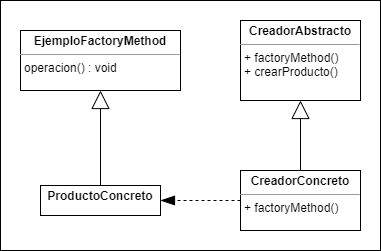
dragesteban/Patrones-FIS-Diagramas keeps this draw.io diagram as Diagramas Factory Method/Diagrama de clases Factory Method.png. Above is the earlier version. Source tidied: cells renumbered, new cells last; positions are measured from the earlier drawing's top-left corner, leaving out a move shared by most shapes. The source it was exported from:
```xml
<mxGraphModel>
  <root>
    <mxCell id="0" />
    <mxCell id="1" parent="0" />
    <mxCell id="2" style="rounded=0;whiteSpace=wrap;html=1;" parent="1" vertex="1">
      <mxGeometry width="380" height="250" as="geometry" />
    </mxCell>
    <mxCell id="3" value="&lt;p style=&quot;margin: 0px ; margin-top: 4px ; text-align: center&quot;&gt;&lt;b&gt;EjemploFactoryMethod&lt;/b&gt;&lt;/p&gt;&lt;hr size=&quot;1&quot;&gt;&lt;p style=&quot;margin: 0px ; margin-left: 4px&quot;&gt;operacion() : void&lt;/p&gt;" style="verticalAlign=top;align=left;overflow=fill;fontSize=12;fontFamily=Helvetica;html=1;" parent="1" vertex="1">
      <mxGeometry x="20" y="30" width="160" height="60" as="geometry" />
    </mxCell>
    <mxCell id="4" value="&lt;p style=&quot;margin: 0px ; margin-top: 4px ; text-align: center&quot;&gt;&lt;b&gt;CreadorAbstracto&lt;/b&gt;&lt;/p&gt;&lt;hr size=&quot;1&quot;&gt;&lt;p style=&quot;margin: 0px ; margin-left: 4px&quot;&gt;+ factoryMethod()&lt;/p&gt;&lt;p style=&quot;margin: 0px ; margin-left: 4px&quot;&gt;+ crearProducto()&lt;/p&gt;" style="verticalAlign=top;align=left;overflow=fill;fontSize=12;fontFamily=Helvetica;html=1;" parent="1" vertex="1">
      <mxGeometry x="240" y="20" width="120" height="80" as="geometry" />
    </mxCell>
    <mxCell id="5" value="&lt;p style=&quot;margin: 0px ; margin-top: 4px ; text-align: center&quot;&gt;&lt;b&gt;CreadorConcreto&lt;/b&gt;&lt;/p&gt;&lt;hr size=&quot;1&quot;&gt;&lt;p style=&quot;margin: 0px ; margin-left: 4px&quot;&gt;+&amp;nbsp;factoryMethod()&lt;/p&gt;" style="verticalAlign=top;align=left;overflow=fill;fontSize=12;fontFamily=Helvetica;html=1;" parent="1" vertex="1">
      <mxGeometry x="240" y="170" width="120" height="60" as="geometry" />
    </mxCell>
    <mxCell id="6" value="&lt;p style=&quot;margin: 0px ; margin-top: 4px ; text-align: center&quot;&gt;&lt;b&gt;ProductoConcreto&lt;/b&gt;&lt;/p&gt;&lt;p style=&quot;margin: 0px ; margin-left: 4px&quot;&gt;&lt;br&gt;&lt;/p&gt;" style="verticalAlign=top;align=left;overflow=fill;fontSize=12;fontFamily=Helvetica;html=1;" parent="1" vertex="1">
      <mxGeometry x="40" y="185" width="120" height="30" as="geometry" />
    </mxCell>
    <mxCell id="7" style="endArrow=block;endSize=16;endFill=0;html=1;entryX=0.5;entryY=1;entryDx=0;entryDy=0;exitX=0.5;exitY=0;exitDx=0;exitDy=0;" parent="1" edge="1" source="5" target="4">
      <mxGeometry relative="1" as="geometry" />
    </mxCell>
    <mxCell id="8" style="endArrow=blockThin;dashed=1;endFill=1;endSize=12;html=1;exitX=0;exitY=0.5;exitDx=0;exitDy=0;entryX=1;entryY=0.5;entryDx=0;entryDy=0;shadow=0;sketch=0;rounded=1;startArrow=none;startFill=0;" parent="1" edge="1" source="5" target="6">
      <mxGeometry relative="1" as="geometry" />
    </mxCell>
    <mxCell id="9" style="endArrow=block;endSize=16;endFill=0;html=1;entryX=0.5;entryY=1;entryDx=0;entryDy=0;exitX=0.5;exitY=0;exitDx=0;exitDy=0;" parent="1" edge="1" source="6" target="3">
      <mxGeometry relative="1" as="geometry" />
    </mxCell>
  </root>
</mxGraphModel>
```
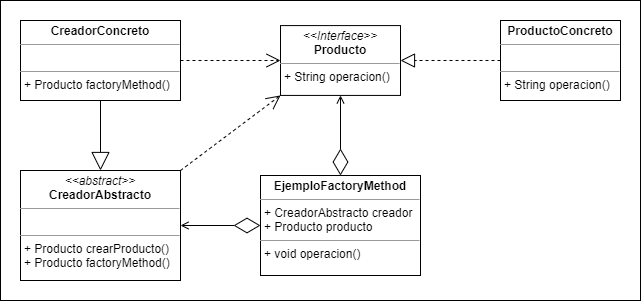
After the change.

Diff of the diagram source:
```diff
@@ -2,29 +2,41 @@
   <root>
     <mxCell id="0" />
     <mxCell id="1" parent="0" />
-    <mxCell id="2" style="rounded=0;whiteSpace=wrap;html=1;" parent="1" vertex="1">
-      <mxGeometry width="380" height="250" as="geometry" />
-    </mxCell>
-    <mxCell id="3" value="&lt;p style=&quot;margin: 0px ; margin-top: 4px ; text-align: center&quot;&gt;&lt;b&gt;EjemploFactoryMethod&lt;/b&gt;&lt;/p&gt;&lt;hr size=&quot;1&quot;&gt;&lt;p style=&quot;margin: 0px ; margin-left: 4px&quot;&gt;operacion() : void&lt;/p&gt;" style="verticalAlign=top;align=left;overflow=fill;fontSize=12;fontFamily=Helvetica;html=1;" parent="1" vertex="1">
-      <mxGeometry x="20" y="30" width="160" height="60" as="geometry" />
-    </mxCell>
-    <mxCell id="4" value="&lt;p style=&quot;margin: 0px ; margin-top: 4px ; text-align: center&quot;&gt;&lt;b&gt;CreadorAbstracto&lt;/b&gt;&lt;/p&gt;&lt;hr size=&quot;1&quot;&gt;&lt;p style=&quot;margin: 0px ; margin-left: 4px&quot;&gt;+ factoryMethod()&lt;/p&gt;&lt;p style=&quot;margin: 0px ; margin-left: 4px&quot;&gt;+ crearProducto()&lt;/p&gt;" style="verticalAlign=top;align=left;overflow=fill;fontSize=12;fontFamily=Helvetica;html=1;" parent="1" vertex="1">
-      <mxGeometry x="240" y="20" width="120" height="80" as="geometry" />
-    </mxCell>
-    <mxCell id="5" value="&lt;p style=&quot;margin: 0px ; margin-top: 4px ; text-align: center&quot;&gt;&lt;b&gt;CreadorConcreto&lt;/b&gt;&lt;/p&gt;&lt;hr size=&quot;1&quot;&gt;&lt;p style=&quot;margin: 0px ; margin-left: 4px&quot;&gt;+&amp;nbsp;factoryMethod()&lt;/p&gt;" style="verticalAlign=top;align=left;overflow=fill;fontSize=12;fontFamily=Helvetica;html=1;" parent="1" vertex="1">
-      <mxGeometry x="240" y="170" width="120" height="60" as="geometry" />
-    </mxCell>
-    <mxCell id="6" value="&lt;p style=&quot;margin: 0px ; margin-top: 4px ; text-align: center&quot;&gt;&lt;b&gt;ProductoConcreto&lt;/b&gt;&lt;/p&gt;&lt;p style=&quot;margin: 0px ; margin-left: 4px&quot;&gt;&lt;br&gt;&lt;/p&gt;" style="verticalAlign=top;align=left;overflow=fill;fontSize=12;fontFamily=Helvetica;html=1;" parent="1" vertex="1">
-      <mxGeometry x="40" y="185" width="120" height="30" as="geometry" />
-    </mxCell>
-    <mxCell id="7" style="endArrow=block;endSize=16;endFill=0;html=1;entryX=0.5;entryY=1;entryDx=0;entryDy=0;exitX=0.5;exitY=0;exitDx=0;exitDy=0;" parent="1" edge="1" source="5" target="4">
-      <mxGeometry relative="1" as="geometry" />
-    </mxCell>
-    <mxCell id="8" style="endArrow=blockThin;dashed=1;endFill=1;endSize=12;html=1;exitX=0;exitY=0.5;exitDx=0;exitDy=0;entryX=1;entryY=0.5;entryDx=0;entryDy=0;shadow=0;sketch=0;rounded=1;startArrow=none;startFill=0;" parent="1" edge="1" source="5" target="6">
-      <mxGeometry relative="1" as="geometry" />
-    </mxCell>
-    <mxCell id="9" style="endArrow=block;endSize=16;endFill=0;html=1;entryX=0.5;entryY=1;entryDx=0;entryDy=0;exitX=0.5;exitY=0;exitDx=0;exitDy=0;" parent="1" edge="1" source="6" target="3">
-      <mxGeometry relative="1" as="geometry" />
-    </mxCell>
+    <mxCell id="10" style="rounded=0;whiteSpace=wrap;html=1;" parent="1" vertex="1">
+      <mxGeometry x="-20" y="30" width="640" height="300" as="geometry" />
+    </mxCell>
+    <mxCell id="11" value="&lt;p style=&quot;margin: 0px ; margin-top: 4px ; text-align: center&quot;&gt;&lt;b&gt;CreadorConcreto&lt;/b&gt;&lt;/p&gt;&lt;hr size=&quot;1&quot;&gt;&lt;p style=&quot;margin: 0px ; margin-left: 4px&quot;&gt;&lt;br&gt;&lt;/p&gt;&lt;hr size=&quot;1&quot;&gt;&lt;p style=&quot;margin: 0px ; margin-left: 4px&quot;&gt;+ Producto factoryMethod()&lt;/p&gt;" style="verticalAlign=top;align=left;overflow=fill;fontSize=12;fontFamily=Helvetica;html=1;" parent="1" vertex="1">
+      <mxGeometry y="50" width="160" height="80" as="geometry" />
+    </mxCell>
+    <mxCell id="12" value="&lt;p style=&quot;margin: 0px ; margin-top: 4px ; text-align: center&quot;&gt;&lt;i&gt;&amp;lt;&amp;lt;abstract&amp;gt;&amp;gt;&lt;/i&gt;&lt;br&gt;&lt;b&gt;CreadorAbstracto&lt;/b&gt;&lt;/p&gt;&lt;hr size=&quot;1&quot;&gt;&lt;p style=&quot;margin: 0px ; margin-left: 4px&quot;&gt;&lt;br&gt;&lt;/p&gt;&lt;hr size=&quot;1&quot;&gt;&lt;p style=&quot;margin: 0px ; margin-left: 4px&quot;&gt;+ Producto crearProducto()&lt;br&gt;&lt;/p&gt;&lt;p style=&quot;margin: 0px ; margin-left: 4px&quot;&gt;+ Producto factoryMethod()&lt;/p&gt;" style="verticalAlign=top;align=left;overflow=fill;fontSize=12;fontFamily=Helvetica;html=1;" parent="1" vertex="1">
+      <mxGeometry y="200" width="160" height="110" as="geometry" />
+    </mxCell>
+    <mxCell id="13" value="&lt;p style=&quot;margin: 0px ; margin-top: 4px ; text-align: center&quot;&gt;&lt;b&gt;EjemploFactoryMethod&lt;/b&gt;&lt;br&gt;&lt;/p&gt;&lt;hr size=&quot;1&quot;&gt;&lt;p style=&quot;margin: 0px ; margin-left: 4px&quot;&gt;+&amp;nbsp;CreadorAbstracto creador&lt;/p&gt;&lt;p style=&quot;margin: 0px ; margin-left: 4px&quot;&gt;+&amp;nbsp;Producto producto&lt;/p&gt;&lt;hr size=&quot;1&quot;&gt;&lt;p style=&quot;margin: 0px ; margin-left: 4px&quot;&gt;+&amp;nbsp;void operacion()&lt;/p&gt;" style="verticalAlign=top;align=left;overflow=fill;fontSize=12;fontFamily=Helvetica;html=1;" parent="1" vertex="1">
+      <mxGeometry x="240" y="205" width="160" height="100" as="geometry" />
+    </mxCell>
+    <mxCell id="14" value="&lt;p style=&quot;margin: 0px ; margin-top: 4px ; text-align: center&quot;&gt;&lt;i&gt;&amp;lt;&amp;lt;Interface&amp;gt;&amp;gt;&lt;/i&gt;&lt;br&gt;&lt;b&gt;Producto&lt;/b&gt;&lt;/p&gt;&lt;hr size=&quot;1&quot;&gt;&lt;p style=&quot;margin: 0px ; margin-left: 4px&quot;&gt;+ String operacion()&lt;/p&gt;" style="verticalAlign=top;align=left;overflow=fill;fontSize=12;fontFamily=Helvetica;html=1;" parent="1" vertex="1">
+      <mxGeometry x="260" y="55.1" width="120" height="69.8" as="geometry" />
+    </mxCell>
+    <mxCell id="15" value="&lt;p style=&quot;margin: 0px ; margin-top: 4px ; text-align: center&quot;&gt;&lt;b&gt;ProductoConcreto&lt;/b&gt;&lt;br&gt;&lt;/p&gt;&lt;hr size=&quot;1&quot;&gt;&lt;p style=&quot;margin: 0px ; margin-left: 4px&quot;&gt;&lt;br&gt;&lt;/p&gt;&lt;hr size=&quot;1&quot;&gt;&lt;p style=&quot;margin: 0px ; margin-left: 4px&quot;&gt;+&amp;nbsp;String operacion()&lt;/p&gt;" style="verticalAlign=top;align=left;overflow=fill;fontSize=12;fontFamily=Helvetica;html=1;" parent="1" vertex="1">
+      <mxGeometry x="480" y="50" width="120" height="80" as="geometry" />
+    </mxCell>
+    <mxCell id="16" style="endArrow=block;endSize=16;endFill=0;html=1;exitX=0.5;exitY=1;exitDx=0;exitDy=0;entryX=0.5;entryY=0;entryDx=0;entryDy=0;" parent="1" edge="1" source="11" target="12">
+      <mxGeometry relative="1" as="geometry" />
+    </mxCell>
+    <mxCell id="17" style="endArrow=open;dashed=1;endFill=0;endSize=12;html=1;exitX=1;exitY=0.5;exitDx=0;exitDy=0;entryX=0;entryY=0.5;entryDx=0;entryDy=0;" parent="1" edge="1" source="11" target="14">
+      <mxGeometry relative="1" as="geometry" />
+    </mxCell>
+    <mxCell id="18" style="endArrow=open;dashed=1;endFill=0;endSize=12;html=1;exitX=1;exitY=0;exitDx=0;exitDy=0;entryX=0;entryY=1;entryDx=0;entryDy=0;" parent="1" edge="1" source="12" target="14">
+      <mxGeometry relative="1" as="geometry" />
+    </mxCell>
+    <mxCell id="19" style="endArrow=diamondThin;endFill=0;endSize=24;html=1;exitX=1;exitY=0.5;exitDx=0;exitDy=0;entryX=0;entryY=0.5;entryDx=0;entryDy=0;startArrow=open;startFill=0;" parent="1" edge="1" source="12" target="13">
+      <mxGeometry relative="1" as="geometry" />
+    </mxCell>
+    <mxCell id="20" style="endArrow=diamondThin;endFill=0;endSize=24;html=1;exitX=0.5;exitY=1;exitDx=0;exitDy=0;entryX=0.5;entryY=0;entryDx=0;entryDy=0;startArrow=open;startFill=0;" parent="1" edge="1" source="14" target="13">
+      <mxGeometry relative="1" as="geometry" />
+    </mxCell>
+    <mxCell id="21" style="endArrow=block;dashed=1;endFill=0;endSize=12;html=1;entryX=1;entryY=0.5;entryDx=0;entryDy=0;exitX=0;exitY=0.5;exitDx=0;exitDy=0;" parent="1" edge="1" source="15" target="14">
+      <mxGeometry relative="1" as="geometry" />
+    </mxCell>
   </root>
 </mxGraphModel>
```
